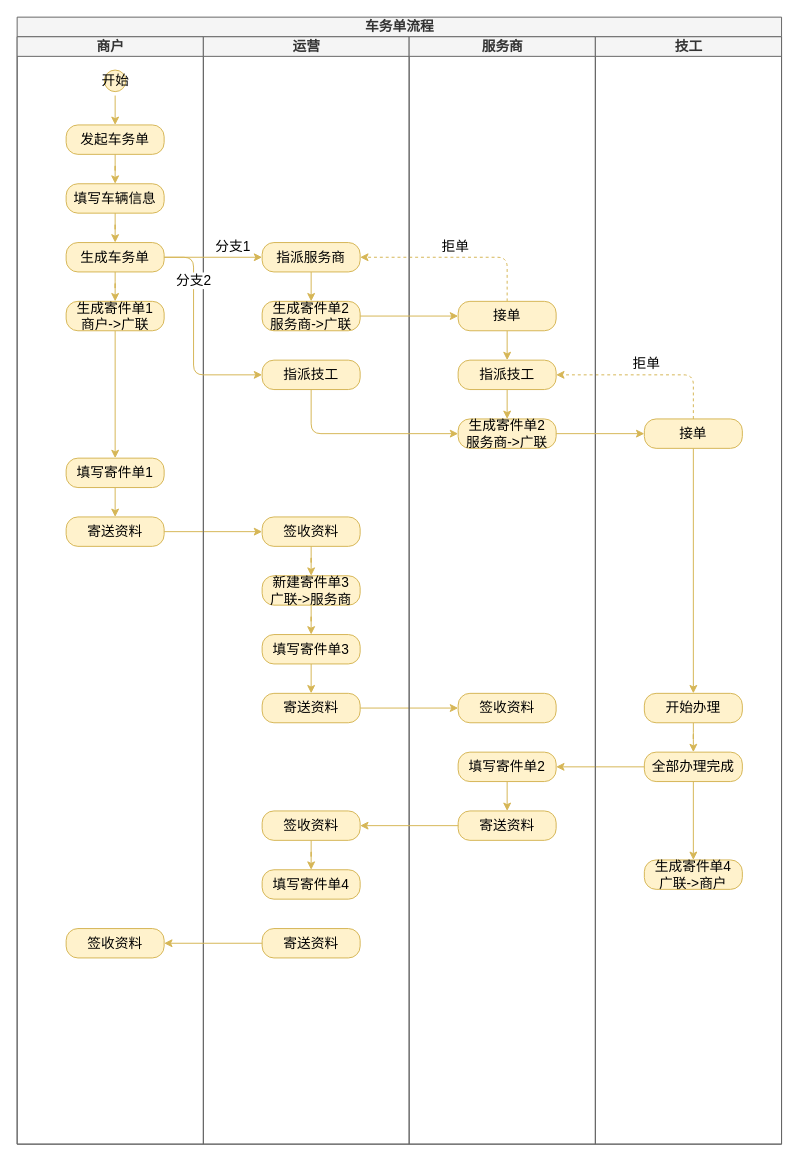
This is page "包活干-2.0.0" (2 of 2) of diagram-bao_huo_gan.drawio from Woobhurk/tyz-pic-repo, a draw.io file, before an edit. Source tidied: cells renumbered, new cells numbered last; positions are measured from the earlier drawing's top-left corner, leaving out a move shared by most shapes. Both pictures are drawn from the tidied source at 98%, with x=0, y=0 at pixel (17, 17).
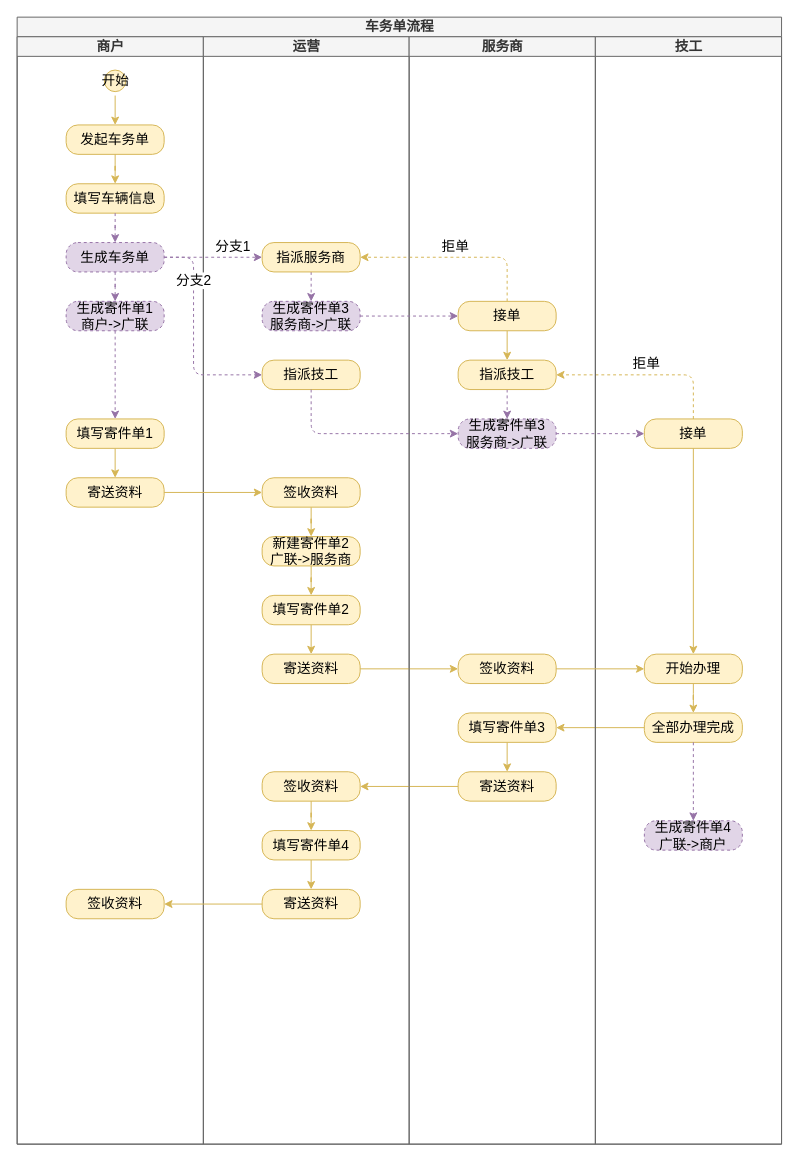
The same diagram, later.

Unchanged cells that the change refers to:
```xml
<mxCell id="2" value="车务单流程" style="swimlane;html=1;startSize=20;fontSize=14;fillColor=#f5f5f5;strokeColor=#666666;fontColor=#333333;" parent="1" vertex="1">
  <mxGeometry width="780" height="1150" as="geometry" />
</mxCell>
<mxCell id="3" value="商户" style="swimlane;html=1;startSize=20;fontSize=14;fillColor=#f5f5f5;strokeColor=#666666;fontColor=#333333;" parent="2" vertex="1">
  <mxGeometry y="20" width="190" height="1130" as="geometry" />
</mxCell>
<mxCell id="8" value="填写车辆信息" style="rounded=1;whiteSpace=wrap;html=1;arcSize=40;sketch=0;fontSize=14;fillColor=#fff2cc;strokeColor=#d6b656;" parent="3" vertex="1">
  <mxGeometry x="50" y="150" width="100" height="30" as="geometry" />
</mxCell>
<mxCell id="20" value="运营" style="swimlane;html=1;startSize=20;fontSize=14;fillColor=#f5f5f5;strokeColor=#666666;fontColor=#333333;" parent="2" vertex="1">
  <mxGeometry x="190" y="20" width="210" height="1130" as="geometry" />
</mxCell>
<mxCell id="24" value="指派服务商" style="rounded=1;whiteSpace=wrap;html=1;arcSize=40;sketch=0;fontSize=14;fillColor=#fff2cc;strokeColor=#d6b656;" parent="20" vertex="1">
  <mxGeometry x="60" y="210" width="100" height="30" as="geometry" />
</mxCell>
<mxCell id="26" value="指派技工" style="rounded=1;whiteSpace=wrap;html=1;arcSize=40;sketch=0;fontSize=14;fillColor=#fff2cc;strokeColor=#d6b656;" parent="20" vertex="1">
  <mxGeometry x="60" y="330" width="100" height="30" as="geometry" />
</mxCell>
<mxCell id="39" value="服务商" style="swimlane;html=1;startSize=20;fontSize=14;fillColor=#f5f5f5;strokeColor=#666666;fontColor=#333333;" parent="2" vertex="1">
  <mxGeometry x="400" y="20" width="190" height="1130" as="geometry" />
</mxCell>
<mxCell id="41" value="接单" style="whiteSpace=wrap;html=1;rounded=1;fontSize=14;arcSize=40;sketch=0;fillColor=#fff2cc;strokeColor=#d6b656;" parent="39" vertex="1">
  <mxGeometry x="50" y="270" width="100" height="30" as="geometry" />
</mxCell>
<mxCell id="43" value="指派技工" style="whiteSpace=wrap;html=1;rounded=1;fontSize=14;arcSize=40;sketch=0;fillColor=#fff2cc;strokeColor=#d6b656;" parent="39" vertex="1">
  <mxGeometry x="50" y="330" width="100" height="30" as="geometry" />
</mxCell>
<mxCell id="51" value="技工" style="swimlane;html=1;startSize=20;fontSize=14;fillColor=#f5f5f5;strokeColor=#666666;fontColor=#333333;" parent="2" vertex="1">
  <mxGeometry x="590" y="20" width="190" height="1130" as="geometry" />
</mxCell>
<mxCell id="53" value="接单" style="whiteSpace=wrap;html=1;rounded=1;fontSize=14;arcSize=40;sketch=0;fillColor=#fff2cc;strokeColor=#d6b656;" parent="51" vertex="1">
  <mxGeometry x="50" y="390" width="100" height="30" as="geometry" />
</mxCell>
```

The edit, as a diff of the source:
```diff
@@
-    <mxCell id="9" style="edgeStyle=orthogonalEdgeStyle;rounded=1;jettySize=auto;html=1;fillColor=#fff2cc;strokeColor=#d6b656;fontSize=14;verticalAlign=bottom;" parent="3" edge="1" source="8" target="10">
+    <mxCell id="9" style="edgeStyle=orthogonalEdgeStyle;rounded=1;jettySize=auto;html=1;fillColor=#e1d5e7;strokeColor=#9673a6;fontSize=14;verticalAlign=bottom;dashed=1;" parent="3" edge="1" source="8" target="10">
       <mxGeometry relative="1" as="geometry" />
     </mxCell>
-    <mxCell id="10" value="生成车务单" style="rounded=1;whiteSpace=wrap;html=1;arcSize=40;sketch=0;fontSize=14;fillColor=#fff2cc;strokeColor=#d6b656;" parent="3" vertex="1">
+    <mxCell id="10" value="生成车务单" style="rounded=1;whiteSpace=wrap;html=1;arcSize=40;sketch=0;fontSize=14;fillColor=#e1d5e7;strokeColor=#9673a6;dashed=1;" parent="3" vertex="1">
       <mxGeometry x="50" y="210" width="100" height="30" as="geometry" />
     </mxCell>
-    <mxCell id="11" style="edgeStyle=orthogonalEdgeStyle;rounded=1;jettySize=auto;html=1;fillColor=#fff2cc;strokeColor=#d6b656;fontSize=14;verticalAlign=bottom;" parent="3" edge="1" source="10" target="13">
+    <mxCell id="11" style="edgeStyle=orthogonalEdgeStyle;rounded=1;jettySize=auto;html=1;fillColor=#e1d5e7;strokeColor=#9673a6;fontSize=14;verticalAlign=bottom;dashed=1;" parent="3" edge="1" source="10" target="13">
       <mxGeometry relative="1" as="geometry" />
     </mxCell>
-    <mxCell id="12" style="edgeStyle=orthogonalEdgeStyle;rounded=1;jettySize=auto;html=1;exitX=0.5;exitY=1;exitDx=0;exitDy=0;entryX=0.5;entryY=0;entryDx=0;entryDy=0;fillColor=#fff2cc;strokeColor=#d6b656;fontSize=14;verticalAlign=bottom;" parent="3" edge="1" source="13" target="16">
+    <mxCell id="12" style="edgeStyle=orthogonalEdgeStyle;rounded=1;jettySize=auto;html=1;exitX=0.5;exitY=1;exitDx=0;exitDy=0;entryX=0.5;entryY=0;entryDx=0;entryDy=0;fillColor=#e1d5e7;strokeColor=#9673a6;fontSize=14;verticalAlign=bottom;dashed=1;" parent="3" edge="1" source="13" target="16">
       <mxGeometry relative="1" as="geometry" />
     </mxCell>
-    <mxCell id="13" value="生成寄件单1&lt;br&gt;商户-&amp;gt;广联" style="rounded=1;whiteSpace=wrap;html=1;arcSize=40;sketch=0;fontSize=14;fillColor=#fff2cc;strokeColor=#d6b656;" parent="3" vertex="1">
+    <mxCell id="13" value="生成寄件单1&lt;br&gt;商户-&amp;gt;广联" style="rounded=1;whiteSpace=wrap;html=1;arcSize=40;sketch=0;fontSize=14;fillColor=#e1d5e7;strokeColor=#9673a6;dashed=1;" parent="3" vertex="1">
       <mxGeometry x="50" y="270" width="100" height="30" as="geometry" />
     </mxCell>
@@
     <mxCell id="15" value="寄送资料" style="rounded=1;whiteSpace=wrap;html=1;arcSize=40;sketch=0;fontSize=14;fillColor=#fff2cc;strokeColor=#d6b656;" parent="3" vertex="1">
-      <mxGeometry x="50" y="490" width="100" height="30" as="geometry" />
+      <mxGeometry x="50" y="450" width="100" height="30" as="geometry" />
     </mxCell>
     <mxCell id="16" value="填写寄件单1" style="rounded=1;whiteSpace=wrap;html=1;arcSize=40;sketch=0;fontSize=14;fillColor=#fff2cc;strokeColor=#d6b656;" parent="3" vertex="1">
-      <mxGeometry x="50" y="430" width="100" height="30" as="geometry" />
+      <mxGeometry x="50" y="390" width="100" height="30" as="geometry" />
     </mxCell>
     <mxCell id="17" value="签收资料" style="whiteSpace=wrap;html=1;rounded=1;fontSize=14;arcSize=40;sketch=0;fillColor=#fff2cc;strokeColor=#d6b656;" parent="3" vertex="1">
-      <mxGeometry x="50" y="910" width="100" height="30" as="geometry" />
+      <mxGeometry x="50" y="870" width="100" height="30" as="geometry" />
     </mxCell>
-    <mxCell id="18" style="edgeStyle=orthogonalEdgeStyle;rounded=1;sketch=0;jettySize=auto;html=1;startArrow=none;startFill=0;endArrow=classic;endFill=1;fontSize=14;entryX=0;entryY=0.5;entryDx=0;entryDy=0;exitX=1;exitY=0.5;exitDx=0;exitDy=0;fillColor=#fff2cc;strokeColor=#d6b656;verticalAlign=bottom;" parent="2" edge="1" source="31" target="47">
-      <mxGeometry relative="1" as="geometry" />
-    </mxCell>
-    <mxCell id="19" style="html=1;verticalAlign=bottom;endArrow=classic;fontSize=14;startArrow=none;startFill=0;endFill=1;edgeStyle=orthogonalEdgeStyle;rounded=1;fillColor=#fff2cc;strokeColor=#d6b656;" parent="2" edge="1" source="15" target="29">
-      <mxGeometry relative="1" as="geometry" />
-    </mxCell>
@@
-    <mxCell id="21" style="edgeStyle=orthogonalEdgeStyle;rounded=1;jettySize=auto;html=1;exitX=0.5;exitY=1;exitDx=0;exitDy=0;entryX=0.5;entryY=0;entryDx=0;entryDy=0;fillColor=#fff2cc;strokeColor=#d6b656;fontSize=14;verticalAlign=bottom;" parent="20" edge="1" source="24" target="25">
+    <mxCell id="21" style="edgeStyle=orthogonalEdgeStyle;rounded=1;jettySize=auto;html=1;exitX=0.5;exitY=1;exitDx=0;exitDy=0;entryX=0.5;entryY=0;entryDx=0;entryDy=0;fillColor=#e1d5e7;strokeColor=#9673a6;fontSize=14;verticalAlign=bottom;dashed=1;" parent="20" edge="1" source="24" target="25">
       <mxGeometry relative="1" as="geometry" />
     </mxCell>
-    <mxCell id="22" style="edgeStyle=orthogonalEdgeStyle;rounded=1;jettySize=auto;html=1;exitX=0.5;exitY=1;exitDx=0;exitDy=0;entryX=0.5;entryY=0;entryDx=0;entryDy=0;fontSize=14;fillColor=#fff2cc;strokeColor=#d6b656;" parent="20" edge="1" source="23" target="31">
-      <mxGeometry relative="1" as="geometry" />
-    </mxCell>
-    <mxCell id="23" value="填写寄件单3" style="rounded=1;whiteSpace=wrap;html=1;arcSize=40;sketch=0;fontSize=14;fillColor=#fff2cc;strokeColor=#d6b656;" parent="20" vertex="1">
-      <mxGeometry x="60" y="610" width="100" height="30" as="geometry" />
-    </mxCell>
@@
-    <mxCell id="25" value="生成寄件单2&lt;br&gt;服务商-&amp;gt;广联" style="whiteSpace=wrap;html=1;rounded=1;fontSize=14;arcSize=40;sketch=0;fillColor=#fff2cc;strokeColor=#d6b656;" parent="20" vertex="1">
+    <mxCell id="25" value="生成寄件单3&lt;br&gt;服务商-&amp;gt;广联" style="whiteSpace=wrap;html=1;rounded=1;fontSize=14;arcSize=40;sketch=0;fillColor=#e1d5e7;strokeColor=#9673a6;dashed=1;" parent="20" vertex="1">
       <mxGeometry x="60" y="270" width="100" height="30" as="geometry" />
     </mxCell>
@@
+    <mxCell id="22" style="edgeStyle=orthogonalEdgeStyle;rounded=1;jettySize=auto;html=1;exitX=0.5;exitY=1;exitDx=0;exitDy=0;entryX=0.5;entryY=0;entryDx=0;entryDy=0;fontSize=14;fillColor=#fff2cc;strokeColor=#d6b656;" parent="20" edge="1" source="23" target="31">
+      <mxGeometry relative="1" as="geometry" />
+    </mxCell>
+    <mxCell id="23" value="填写寄件单2" style="rounded=1;whiteSpace=wrap;html=1;arcSize=40;sketch=0;fontSize=14;fillColor=#fff2cc;strokeColor=#d6b656;" parent="20" vertex="1">
+      <mxGeometry x="60" y="570" width="100" height="30" as="geometry" />
+    </mxCell>
@@
-    <mxCell id="28" value="新建寄件单3&lt;br&gt;广联-&amp;gt;服务商" style="rounded=1;whiteSpace=wrap;html=1;arcSize=40;sketch=0;fontSize=14;fillColor=#fff2cc;strokeColor=#d6b656;" parent="20" vertex="1">
-      <mxGeometry x="60" y="550" width="100" height="30" as="geometry" />
+    <mxCell id="28" value="新建寄件单2&lt;br&gt;广联-&amp;gt;服务商" style="rounded=1;whiteSpace=wrap;html=1;arcSize=40;sketch=0;fontSize=14;fillColor=#fff2cc;strokeColor=#d6b656;" parent="20" vertex="1">
+      <mxGeometry x="60" y="510" width="100" height="30" as="geometry" />
     </mxCell>
     <mxCell id="29" value="签收资料" style="rounded=1;whiteSpace=wrap;html=1;arcSize=40;sketch=0;fontSize=14;fillColor=#fff2cc;strokeColor=#d6b656;" parent="20" vertex="1">
-      <mxGeometry x="60" y="490" width="100" height="30" as="geometry" />
+      <mxGeometry x="60" y="450" width="100" height="30" as="geometry" />
     </mxCell>
@@
     <mxCell id="31" value="寄送资料" style="whiteSpace=wrap;html=1;rounded=1;fontSize=14;arcSize=40;sketch=0;fillColor=#fff2cc;strokeColor=#d6b656;" parent="20" vertex="1">
-      <mxGeometry x="60" y="670" width="100" height="30" as="geometry" />
+      <mxGeometry x="60" y="630" width="100" height="30" as="geometry" />
     </mxCell>
     <mxCell id="32" value="签收资料" style="whiteSpace=wrap;html=1;rounded=1;fontSize=14;arcSize=40;sketch=0;fillColor=#fff2cc;strokeColor=#d6b656;" parent="20" vertex="1">
-      <mxGeometry x="60" y="790" width="100" height="30" as="geometry" />
+      <mxGeometry x="60" y="750" width="100" height="30" as="geometry" />
     </mxCell>
@@
+    <mxCell id="64" style="edgeStyle=orthogonalEdgeStyle;rounded=1;jettySize=auto;html=1;exitX=0.5;exitY=1;exitDx=0;exitDy=0;entryX=0.5;entryY=0;entryDx=0;entryDy=0;fontSize=14;fillColor=#fff2cc;strokeColor=#d6b656;" parent="20" edge="1" source="34" target="35">
+      <mxGeometry relative="1" as="geometry" />
+    </mxCell>
     <mxCell id="34" value="填写寄件单4" style="whiteSpace=wrap;html=1;rounded=1;fontSize=14;arcSize=40;sketch=0;fillColor=#fff2cc;strokeColor=#d6b656;" parent="20" vertex="1">
-      <mxGeometry x="60" y="850" width="100" height="30" as="geometry" />
+      <mxGeometry x="60" y="810" width="100" height="30" as="geometry" />
     </mxCell>
     <mxCell id="35" value="寄送资料" style="whiteSpace=wrap;html=1;rounded=1;fontSize=14;arcSize=40;sketch=0;fillColor=#fff2cc;strokeColor=#d6b656;" parent="20" vertex="1">
-      <mxGeometry x="60" y="910" width="100" height="30" as="geometry" />
+      <mxGeometry x="60" y="870" width="100" height="30" as="geometry" />
     </mxCell>
@@
+    <mxCell id="18" style="edgeStyle=orthogonalEdgeStyle;rounded=1;sketch=0;jettySize=auto;html=1;startArrow=none;startFill=0;endArrow=classic;endFill=1;fontSize=14;entryX=0;entryY=0.5;entryDx=0;entryDy=0;exitX=1;exitY=0.5;exitDx=0;exitDy=0;fillColor=#fff2cc;strokeColor=#d6b656;verticalAlign=bottom;" parent="2" edge="1" source="31" target="47">
+      <mxGeometry relative="1" as="geometry" />
+    </mxCell>
+    <mxCell id="19" style="html=1;verticalAlign=bottom;endArrow=classic;fontSize=14;startArrow=none;startFill=0;endFill=1;edgeStyle=orthogonalEdgeStyle;rounded=1;fillColor=#fff2cc;strokeColor=#d6b656;" parent="2" edge="1" source="15" target="29">
+      <mxGeometry relative="1" as="geometry" />
+    </mxCell>
@@
+    <mxCell id="49" style="edgeStyle=orthogonalEdgeStyle;rounded=1;sketch=0;jettySize=auto;html=1;startArrow=none;startFill=0;endArrow=classic;endFill=1;fontSize=14;fillColor=#fff2cc;strokeColor=#d6b656;verticalAlign=bottom;" parent="2" edge="1" source="48" target="32">
+      <mxGeometry relative="1" as="geometry" />
+    </mxCell>
+    <mxCell id="50" style="edgeStyle=orthogonalEdgeStyle;rounded=1;jettySize=auto;html=1;fontSize=14;fillColor=#fff2cc;strokeColor=#d6b656;" parent="2" edge="1" source="56" target="46">
+      <mxGeometry relative="1" as="geometry" />
+    </mxCell>
@@
-    <mxCell id="42" style="edgeStyle=orthogonalEdgeStyle;rounded=1;jettySize=auto;html=1;exitX=0.5;exitY=1;exitDx=0;exitDy=0;entryX=0.5;entryY=0;entryDx=0;entryDy=0;fillColor=#fff2cc;strokeColor=#d6b656;fontSize=14;verticalAlign=bottom;" parent="39" edge="1" source="43" target="44">
+    <mxCell id="42" style="edgeStyle=orthogonalEdgeStyle;rounded=1;jettySize=auto;html=1;exitX=0.5;exitY=1;exitDx=0;exitDy=0;entryX=0.5;entryY=0;entryDx=0;entryDy=0;fillColor=#e1d5e7;strokeColor=#9673a6;fontSize=14;verticalAlign=bottom;dashed=1;" parent="39" edge="1" source="43" target="44">
       <mxGeometry relative="1" as="geometry" />
     </mxCell>
@@
-    <mxCell id="44" value="生成寄件单2&lt;br&gt;服务商-&amp;gt;广联" style="whiteSpace=wrap;html=1;rounded=1;fontSize=14;arcSize=40;sketch=0;fillColor=#fff2cc;strokeColor=#d6b656;" parent="39" vertex="1">
+    <mxCell id="44" value="生成寄件单3&lt;br&gt;服务商-&amp;gt;广联" style="whiteSpace=wrap;html=1;rounded=1;fontSize=14;arcSize=40;sketch=0;fillColor=#e1d5e7;strokeColor=#9673a6;dashed=1;" parent="39" vertex="1">
       <mxGeometry x="50" y="390" width="100" height="30" as="geometry" />
     </mxCell>
@@
-    <mxCell id="46" value="填写寄件单2" style="whiteSpace=wrap;html=1;rounded=1;fontSize=14;arcSize=40;sketch=0;fillColor=#fff2cc;strokeColor=#d6b656;" parent="39" vertex="1">
-      <mxGeometry x="50" y="730" width="100" height="30" as="geometry" />
+    <mxCell id="46" value="填写寄件单3" style="whiteSpace=wrap;html=1;rounded=1;fontSize=14;arcSize=40;sketch=0;fillColor=#fff2cc;strokeColor=#d6b656;" parent="39" vertex="1">
+      <mxGeometry x="50" y="690" width="100" height="30" as="geometry" />
     </mxCell>
     <mxCell id="47" value="签收资料" style="whiteSpace=wrap;html=1;rounded=1;fontSize=14;arcSize=40;sketch=0;fillColor=#fff2cc;strokeColor=#d6b656;" parent="39" vertex="1">
-      <mxGeometry x="50" y="670" width="100" height="30" as="geometry" />
+      <mxGeometry x="50" y="630" width="100" height="30" as="geometry" />
     </mxCell>
     <mxCell id="48" value="寄送资料" style="whiteSpace=wrap;html=1;rounded=1;fontSize=14;arcSize=40;sketch=0;fillColor=#fff2cc;strokeColor=#d6b656;" parent="39" vertex="1">
-      <mxGeometry x="50" y="790" width="100" height="30" as="geometry" />
+      <mxGeometry x="50" y="750" width="100" height="30" as="geometry" />
     </mxCell>
-    <mxCell id="49" style="edgeStyle=orthogonalEdgeStyle;rounded=1;sketch=0;jettySize=auto;html=1;startArrow=none;startFill=0;endArrow=classic;endFill=1;fontSize=14;fillColor=#fff2cc;strokeColor=#d6b656;verticalAlign=bottom;" parent="2" edge="1" source="48" target="32">
-      <mxGeometry relative="1" as="geometry" />
-    </mxCell>
-    <mxCell id="50" style="edgeStyle=orthogonalEdgeStyle;rounded=1;jettySize=auto;html=1;fontSize=14;fillColor=#fff2cc;strokeColor=#d6b656;" parent="2" edge="1" source="56" target="46">
-      <mxGeometry relative="1" as="geometry" />
-    </mxCell>
@@
-    <mxCell id="52" style="edgeStyle=orthogonalEdgeStyle;rounded=1;sketch=0;jettySize=auto;html=1;startArrow=none;startFill=0;endArrow=classic;endFill=1;fontSize=14;fillColor=#fff2cc;strokeColor=#d6b656;verticalAlign=bottom;" parent="51" edge="1" source="53" target="55">
-      <mxGeometry relative="1" as="geometry" />
-    </mxCell>
@@
     <mxCell id="55" value="开始办理" style="whiteSpace=wrap;html=1;rounded=1;fontSize=14;arcSize=40;sketch=0;fillColor=#fff2cc;strokeColor=#d6b656;" parent="51" vertex="1">
-      <mxGeometry x="50" y="670" width="100" height="30" as="geometry" />
+      <mxGeometry x="50" y="630" width="100" height="30" as="geometry" />
     </mxCell>
     <mxCell id="56" value="全部办理完成" style="whiteSpace=wrap;html=1;rounded=1;fontSize=14;arcSize=40;sketch=0;fillColor=#fff2cc;strokeColor=#d6b656;" parent="51" vertex="1">
-      <mxGeometry x="50" y="730" width="100" height="30" as="geometry" />
+      <mxGeometry x="50" y="690" width="100" height="30" as="geometry" />
     </mxCell>
+    <mxCell id="52" style="edgeStyle=orthogonalEdgeStyle;rounded=1;sketch=0;jettySize=auto;html=1;startArrow=none;startFill=0;endArrow=classic;endFill=1;fontSize=14;fillColor=#fff2cc;strokeColor=#d6b656;verticalAlign=bottom;exitX=0.5;exitY=1;exitDx=0;exitDy=0;entryX=0.5;entryY=0;entryDx=0;entryDy=0;" parent="51" edge="1" source="53" target="55">
+      <mxGeometry relative="1" as="geometry" />
+    </mxCell>
-    <mxCell id="57" value="分支1" style="edgeStyle=orthogonalEdgeStyle;rounded=1;jettySize=auto;html=1;exitX=1;exitY=0.5;exitDx=0;exitDy=0;entryX=0;entryY=0.5;entryDx=0;entryDy=0;fillColor=#fff2cc;strokeColor=#d6b656;fontSize=14;verticalAlign=bottom;" parent="2" edge="1" source="10" target="24">
+    <mxCell id="57" value="分支1" style="edgeStyle=orthogonalEdgeStyle;rounded=1;jettySize=auto;html=1;exitX=1;exitY=0.5;exitDx=0;exitDy=0;entryX=0;entryY=0.5;entryDx=0;entryDy=0;fillColor=#e1d5e7;strokeColor=#9673a6;fontSize=14;verticalAlign=bottom;dashed=1;" parent="2" edge="1" source="10" target="24">
       <mxGeometry x="0.4" relative="1" as="geometry" />
     </mxCell>
-    <mxCell id="58" value="分支2" style="edgeStyle=orthogonalEdgeStyle;rounded=1;jettySize=auto;html=1;exitX=1;exitY=0.5;exitDx=0;exitDy=0;entryX=0;entryY=0.5;entryDx=0;entryDy=0;fillColor=#fff2cc;strokeColor=#d6b656;fontSize=14;verticalAlign=bottom;" parent="2" edge="1" source="10" target="26">
+    <mxCell id="58" value="分支2" style="edgeStyle=orthogonalEdgeStyle;rounded=1;jettySize=auto;html=1;exitX=1;exitY=0.5;exitDx=0;exitDy=0;entryX=0;entryY=0.5;entryDx=0;entryDy=0;fillColor=#e1d5e7;strokeColor=#9673a6;fontSize=14;verticalAlign=bottom;dashed=1;" parent="2" edge="1" source="10" target="26">
       <mxGeometry x="-0.41" relative="1" as="geometry">
         <Array as="points">
           <mxPoint x="180" y="245" />
           <mxPoint x="180" y="365" />
         </Array>
       </mxGeometry>
     </mxCell>
-    <mxCell id="59" style="edgeStyle=orthogonalEdgeStyle;rounded=1;jettySize=auto;html=1;exitX=1;exitY=0.5;exitDx=0;exitDy=0;entryX=0;entryY=0.5;entryDx=0;entryDy=0;fillColor=#fff2cc;strokeColor=#d6b656;fontSize=14;verticalAlign=bottom;" parent="2" edge="1" source="25" target="41">
+    <mxCell id="59" style="edgeStyle=orthogonalEdgeStyle;rounded=1;jettySize=auto;html=1;exitX=1;exitY=0.5;exitDx=0;exitDy=0;entryX=0;entryY=0.5;entryDx=0;entryDy=0;fillColor=#e1d5e7;strokeColor=#9673a6;fontSize=14;verticalAlign=bottom;dashed=1;" parent="2" edge="1" source="25" target="41">
       <mxGeometry relative="1" as="geometry" />
     </mxCell>
-    <mxCell id="60" style="edgeStyle=orthogonalEdgeStyle;rounded=1;jettySize=auto;html=1;exitX=1;exitY=0.5;exitDx=0;exitDy=0;entryX=0;entryY=0.5;entryDx=0;entryDy=0;fillColor=#fff2cc;strokeColor=#d6b656;fontSize=14;verticalAlign=bottom;" parent="2" edge="1" source="44" target="53">
+    <mxCell id="60" style="edgeStyle=orthogonalEdgeStyle;rounded=1;jettySize=auto;html=1;exitX=1;exitY=0.5;exitDx=0;exitDy=0;entryX=0;entryY=0.5;entryDx=0;entryDy=0;fillColor=#e1d5e7;strokeColor=#9673a6;fontSize=14;verticalAlign=bottom;dashed=1;" parent="2" edge="1" source="44" target="53">
       <mxGeometry relative="1" as="geometry" />
     </mxCell>
-    <mxCell id="61" style="edgeStyle=orthogonalEdgeStyle;rounded=1;jettySize=auto;html=1;exitX=0.5;exitY=1;exitDx=0;exitDy=0;entryX=0;entryY=0.5;entryDx=0;entryDy=0;fillColor=#fff2cc;strokeColor=#d6b656;fontSize=14;verticalAlign=bottom;" parent="2" edge="1" source="26" target="44">
+    <mxCell id="61" style="edgeStyle=orthogonalEdgeStyle;rounded=1;jettySize=auto;html=1;exitX=0.5;exitY=1;exitDx=0;exitDy=0;entryX=0;entryY=0.5;entryDx=0;entryDy=0;fillColor=#e1d5e7;strokeColor=#9673a6;fontSize=14;verticalAlign=bottom;dashed=1;" parent="2" edge="1" source="26" target="44">
       <mxGeometry relative="1" as="geometry" />
     </mxCell>
+    <mxCell id="65" style="edgeStyle=orthogonalEdgeStyle;rounded=1;jettySize=auto;html=1;exitX=1;exitY=0.5;exitDx=0;exitDy=0;entryX=0;entryY=0.5;entryDx=0;entryDy=0;fontSize=14;fillColor=#fff2cc;strokeColor=#d6b656;" parent="2" edge="1" source="47" target="55">
+      <mxGeometry relative="1" as="geometry" />
+    </mxCell>
-    <mxCell id="62" value="生成寄件单4&lt;br&gt;广联-&amp;gt;商户" style="whiteSpace=wrap;html=1;rounded=1;fontSize=14;arcSize=40;sketch=0;fillColor=#fff2cc;strokeColor=#d6b656;" parent="1" vertex="1">
-      <mxGeometry x="640" y="860" width="100" height="30" as="geometry" />
+    <mxCell id="62" value="生成寄件单4&lt;br&gt;广联-&amp;gt;商户" style="whiteSpace=wrap;html=1;rounded=1;fontSize=14;arcSize=40;sketch=0;fillColor=#e1d5e7;strokeColor=#9673a6;dashed=1;" parent="1" vertex="1">
+      <mxGeometry x="640" y="820" width="100" height="30" as="geometry" />
     </mxCell>
-    <mxCell id="63" style="edgeStyle=orthogonalEdgeStyle;rounded=1;jettySize=auto;html=1;fontSize=14;fillColor=#fff2cc;strokeColor=#d6b656;" parent="1" edge="1" source="56" target="62">
+    <mxCell id="63" style="edgeStyle=orthogonalEdgeStyle;rounded=1;jettySize=auto;html=1;fontSize=14;fillColor=#e1d5e7;strokeColor=#9673a6;dashed=1;" parent="1" edge="1" source="56" target="62">
       <mxGeometry relative="1" as="geometry" />
     </mxCell>
```
